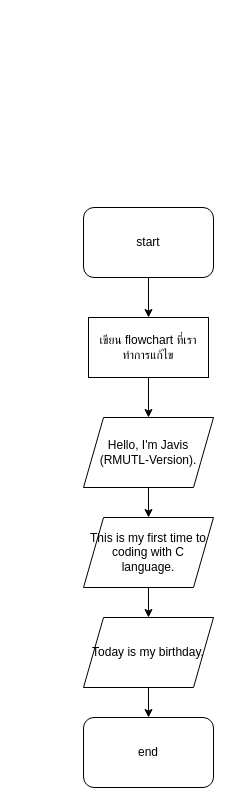
Before: HW/HW01-2.drawio in khowtung/ENGCE117, a draw.io diagram. Source tidied: cells renumbered, new cells numbered last; positions are measured from the earlier drawing's top-left corner, leaving out a move shared by most shapes. Both pictures are drawn from the tidied source at 100%, with x=0, y=0 at pixel (83, 207).
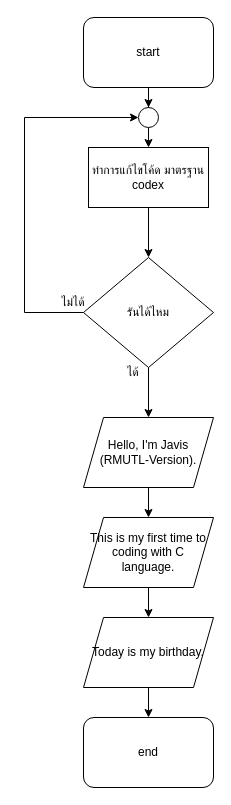
The same page after the edit.

Unchanged cells that the change refers to:
```xml
<mxCell id="5" value="Hello, I'm Javis (RMUTL-Version)." style="shape=parallelogram;perimeter=parallelogramPerimeter;whiteSpace=wrap;html=1;fixedSize=1;" parent="1" vertex="1">
  <mxGeometry y="210" width="130" height="70" as="geometry" />
</mxCell>
```

Diff of the diagram source:
```diff
@@
-    <mxCell id="2" style="edgeStyle=orthogonalEdgeStyle;rounded=0;jettySize=auto;html=1;" parent="1" edge="1" source="3" target="12">
-      <mxGeometry relative="1" as="geometry" />
-    </mxCell>
     <mxCell id="3" value="start" style="rounded=1;whiteSpace=wrap;html=1;" parent="1" vertex="1">
-      <mxGeometry width="130" height="70" as="geometry" />
+      <mxGeometry y="-190" width="130" height="70" as="geometry" />
     </mxCell>
@@
-    <mxCell id="11" style="edgeStyle=orthogonalEdgeStyle;rounded=0;jettySize=auto;html=1;" parent="1" edge="1" source="12" target="5">
-      <mxGeometry relative="1" as="geometry" />
-    </mxCell>
+    <mxCell id="13" style="edgeStyle=orthogonalEdgeStyle;rounded=0;jettySize=auto;html=1;" parent="1" edge="1" source="12" target="16">
+      <mxGeometry relative="1" as="geometry" />
+    </mxCell>
-    <mxCell id="12" value="เขียน flowchart ที่เราทำการแก้ไข" style="rounded=0;whiteSpace=wrap;html=1;" parent="1" vertex="1">
-      <mxGeometry x="5" y="110" width="120" height="60" as="geometry" />
+    <mxCell id="12" value="ทำการแก้ไขโค้ด มาตรฐาน codex" style="rounded=0;whiteSpace=wrap;html=1;" parent="1" vertex="1">
+      <mxGeometry x="5" y="-60" width="120" height="60" as="geometry" />
     </mxCell>
+    <mxCell id="14" style="edgeStyle=orthogonalEdgeStyle;rounded=0;jettySize=auto;html=1;" parent="1" edge="1" source="16" target="5">
+      <mxGeometry relative="1" as="geometry" />
+    </mxCell>
+    <mxCell id="15" style="edgeStyle=orthogonalEdgeStyle;rounded=0;jettySize=auto;html=1;entryX=0;entryY=0.5;entryDx=0;entryDy=0;entryPerimeter=0;" parent="1" edge="1" source="16" target="18">
+      <mxGeometry relative="1" as="geometry">
+        <Array as="points">
+          <mxPoint x="-59" y="105" />
+          <mxPoint x="-59" y="-90" />
+        </Array>
+      </mxGeometry>
+    </mxCell>
+    <mxCell id="16" value="รันได้ไหม" style="rhombus;whiteSpace=wrap;html=1;rounded=0;" parent="1" vertex="1">
+      <mxGeometry y="50" width="130" height="110" as="geometry" />
+    </mxCell>
+    <mxCell id="17" style="edgeStyle=orthogonalEdgeStyle;rounded=0;jettySize=auto;html=1;exitX=0.5;exitY=1;exitDx=0;exitDy=0;exitPerimeter=0;entryX=0.5;entryY=0;entryDx=0;entryDy=0;" parent="1" edge="1" source="18" target="12">
+      <mxGeometry relative="1" as="geometry" />
+    </mxCell>
+    <mxCell id="18" style="verticalLabelPosition=bottom;verticalAlign=top;html=1;shape=mxgraph.flowchart.on-page_reference;" parent="1" vertex="1">
+      <mxGeometry x="55" y="-100" width="20" height="20" as="geometry" />
+    </mxCell>
+    <mxCell id="19" style="edgeStyle=orthogonalEdgeStyle;rounded=0;jettySize=auto;html=1;entryX=0.5;entryY=0;entryDx=0;entryDy=0;entryPerimeter=0;" parent="1" edge="1" source="3" target="18">
+      <mxGeometry relative="1" as="geometry" />
+    </mxCell>
+    <mxCell id="20" value="ไม่ได้" style="text;html=1;align=center;verticalAlign=middle;whiteSpace=wrap;rounded=0;" parent="1" vertex="1">
+      <mxGeometry x="-40" y="80" width="60" height="30" as="geometry" />
+    </mxCell>
+    <mxCell id="21" value="ได้" style="text;html=1;align=center;verticalAlign=middle;whiteSpace=wrap;rounded=0;" parent="1" vertex="1">
+      <mxGeometry x="20" y="150" width="60" height="30" as="geometry" />
+    </mxCell>
```
